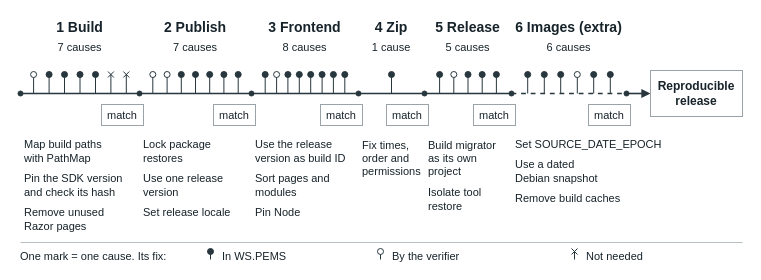
leosakharoff/dotnet-rebuild-experiments keeps this draw.io diagram as 1-ws-pems/figures/rq1-journey.drawio. Above is the earlier version. Source tidied: cells renumbered, new cells numbered last; positions are measured from the earlier drawing's top-left corner, leaving out a move shared by most shapes. Both pictures are drawn from the tidied source at 100%, with x=0, y=0 at pixel (18, 17).
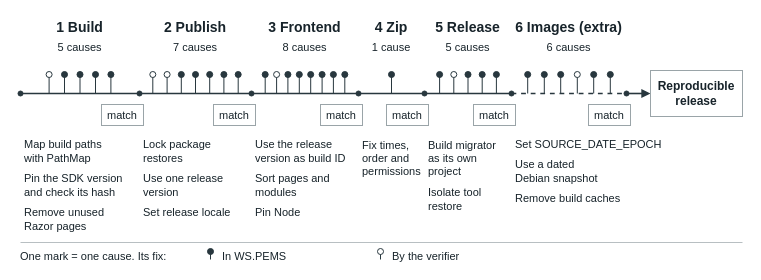
After the change.

Commit message (it also covers changes not shown here):
RQ1: 32 causes: E1-S1-14 and E1-S1-15 become 'Outside the release' (codebook rule 8: a cause must reach a released file); findings, codes and both figures follow

Change to the diagram source:
```diff
@@
-    <mxCell id="3" value="7 causes" style="html=1;whiteSpace=wrap;align=center;verticalAlign=middle;fontFamily=Helvetica;fontColor=#17232a;fontSize=11;fillColor=none;strokeColor=none;spacing=0;" parent="1" vertex="1">
+    <mxCell id="3" value="5 causes" style="html=1;whiteSpace=wrap;align=center;verticalAlign=middle;fontFamily=Helvetica;fontColor=#17232a;fontSize=11;fillColor=none;strokeColor=none;spacing=0;" parent="1" vertex="1">
       <mxGeometry x="2" y="22" width="119" height="16" as="geometry" />
     </mxCell>
@@
     <mxCell id="5" style="html=1;edgeStyle=none;rounded=0;strokeColor=#28373e;strokeWidth=1;endArrow=none;endFill=1;endSize=5;" parent="1" edge="1">
       <mxGeometry relative="1" as="geometry">
-        <mxPoint x="15.1" y="76" as="sourcePoint" />
-        <mxPoint x="15.1" y="57" as="targetPoint" />
+        <mxPoint x="30.6" y="76" as="sourcePoint" />
+        <mxPoint x="30.6" y="57" as="targetPoint" />
       </mxGeometry>
     </mxCell>
     <mxCell id="6" style="shape=ellipse;strokeColor=#28373e;fillColor=#ffffff;strokeWidth=1;" parent="1" vertex="1">
-      <mxGeometry x="12.1" y="54" width="6" height="6" as="geometry" />
+      <mxGeometry x="27.6" y="54" width="6" height="6" as="geometry" />
     </mxCell>
     <mxCell id="7" style="html=1;edgeStyle=none;rounded=0;strokeColor=#28373e;strokeWidth=1;endArrow=none;endFill=1;endSize=5;" parent="1" edge="1">
       <mxGeometry relative="1" as="geometry">
-        <mxPoint x="30.6" y="76" as="sourcePoint" />
-        <mxPoint x="30.6" y="57" as="targetPoint" />
+        <mxPoint x="46" y="76" as="sourcePoint" />
+        <mxPoint x="46" y="57" as="targetPoint" />
       </mxGeometry>
     </mxCell>
     <mxCell id="8" style="shape=ellipse;strokeColor=#28373e;fillColor=#28373e;strokeWidth=1;" parent="1" vertex="1">
-      <mxGeometry x="27.6" y="54" width="6" height="6" as="geometry" />
+      <mxGeometry x="43" y="54" width="6" height="6" as="geometry" />
     </mxCell>
     <mxCell id="9" style="html=1;edgeStyle=none;rounded=0;strokeColor=#28373e;strokeWidth=1;endArrow=none;endFill=1;endSize=5;" parent="1" edge="1">
       <mxGeometry relative="1" as="geometry">
-        <mxPoint x="46" y="76" as="sourcePoint" />
-        <mxPoint x="46" y="57" as="targetPoint" />
+        <mxPoint x="61.5" y="76" as="sourcePoint" />
+        <mxPoint x="61.5" y="57" as="targetPoint" />
       </mxGeometry>
     </mxCell>
     <mxCell id="10" style="shape=ellipse;strokeColor=#28373e;fillColor=#28373e;strokeWidth=1;" parent="1" vertex="1">
-      <mxGeometry x="43" y="54" width="6" height="6" as="geometry" />
+      <mxGeometry x="58.5" y="54" width="6" height="6" as="geometry" />
     </mxCell>
     <mxCell id="11" style="html=1;edgeStyle=none;rounded=0;strokeColor=#28373e;strokeWidth=1;endArrow=none;endFill=1;endSize=5;" parent="1" edge="1">
       <mxGeometry relative="1" as="geometry">
-        <mxPoint x="61.5" y="76" as="sourcePoint" />
-        <mxPoint x="61.5" y="57" as="targetPoint" />
+        <mxPoint x="77" y="76" as="sourcePoint" />
+        <mxPoint x="77" y="57" as="targetPoint" />
       </mxGeometry>
     </mxCell>
     <mxCell id="12" style="shape=ellipse;strokeColor=#28373e;fillColor=#28373e;strokeWidth=1;" parent="1" vertex="1">
-      <mxGeometry x="58.5" y="54" width="6" height="6" as="geometry" />
+      <mxGeometry x="74" y="54" width="6" height="6" as="geometry" />
     </mxCell>
     <mxCell id="13" style="html=1;edgeStyle=none;rounded=0;strokeColor=#28373e;strokeWidth=1;endArrow=none;endFill=1;endSize=5;" parent="1" edge="1">
       <mxGeometry relative="1" as="geometry">
-        <mxPoint x="77" y="76" as="sourcePoint" />
-        <mxPoint x="77" y="57" as="targetPoint" />
+        <mxPoint x="92.4" y="76" as="sourcePoint" />
+        <mxPoint x="92.4" y="57" as="targetPoint" />
       </mxGeometry>
     </mxCell>
     <mxCell id="14" style="shape=ellipse;strokeColor=#28373e;fillColor=#28373e;strokeWidth=1;" parent="1" vertex="1">
-      <mxGeometry x="74" y="54" width="6" height="6" as="geometry" />
+      <mxGeometry x="89.4" y="54" width="6" height="6" as="geometry" />
     </mxCell>
-    <mxCell id="15" style="html=1;edgeStyle=none;rounded=0;strokeColor=#28373e;strokeWidth=1;endArrow=none;endFill=1;endSize=5;" parent="1" edge="1">
-      <mxGeometry relative="1" as="geometry">
-        <mxPoint x="92.4" y="76" as="sourcePoint" />
-        <mxPoint x="92.4" y="57" as="targetPoint" />
-      </mxGeometry>
-    </mxCell>
-    <mxCell id="16" style="html=1;edgeStyle=none;rounded=0;strokeColor=#28373e;strokeWidth=1;endArrow=none;endFill=1;endSize=5;" parent="1" edge="1">
-      <mxGeometry relative="1" as="geometry">
-        <mxPoint x="89.4" y="54" as="sourcePoint" />
-        <mxPoint x="95.4" y="60" as="targetPoint" />
-      </mxGeometry>
-    </mxCell>
-    <mxCell id="17" style="html=1;edgeStyle=none;rounded=0;strokeColor=#28373e;strokeWidth=1;endArrow=none;endFill=1;endSize=5;" parent="1" edge="1">
-      <mxGeometry relative="1" as="geometry">
-        <mxPoint x="89.4" y="60" as="sourcePoint" />
-        <mxPoint x="95.4" y="54" as="targetPoint" />
-      </mxGeometry>
-    </mxCell>
-    <mxCell id="18" style="html=1;edgeStyle=none;rounded=0;strokeColor=#28373e;strokeWidth=1;endArrow=none;endFill=1;endSize=5;" parent="1" edge="1">
-      <mxGeometry relative="1" as="geometry">
-        <mxPoint x="107.8" y="76" as="sourcePoint" />
-        <mxPoint x="107.8" y="57" as="targetPoint" />
-      </mxGeometry>
-    </mxCell>
-    <mxCell id="19" style="html=1;edgeStyle=none;rounded=0;strokeColor=#28373e;strokeWidth=1;endArrow=none;endFill=1;endSize=5;" parent="1" edge="1">
-      <mxGeometry relative="1" as="geometry">
-        <mxPoint x="104.8" y="54" as="sourcePoint" />
-        <mxPoint x="110.8" y="60" as="targetPoint" />
-      </mxGeometry>
-    </mxCell>
-    <mxCell id="20" style="html=1;edgeStyle=none;rounded=0;strokeColor=#28373e;strokeWidth=1;endArrow=none;endFill=1;endSize=5;" parent="1" edge="1">
-      <mxGeometry relative="1" as="geometry">
-        <mxPoint x="104.8" y="60" as="sourcePoint" />
-        <mxPoint x="110.8" y="54" as="targetPoint" />
-      </mxGeometry>
-    </mxCell>
@@
-    <mxCell id="128" style="html=1;edgeStyle=none;rounded=0;strokeColor=#28373e;strokeWidth=1;endArrow=none;endFill=1;endSize=5;" parent="1" edge="1">
-      <mxGeometry relative="1" as="geometry">
-        <mxPoint x="556" y="242" as="sourcePoint" />
-        <mxPoint x="556" y="234" as="targetPoint" />
-      </mxGeometry>
-    </mxCell>
-    <mxCell id="129" style="html=1;edgeStyle=none;rounded=0;strokeColor=#28373e;strokeWidth=1;endArrow=none;endFill=1;endSize=5;" parent="1" edge="1">
-      <mxGeometry relative="1" as="geometry">
-        <mxPoint x="553" y="231" as="sourcePoint" />
-        <mxPoint x="559" y="237" as="targetPoint" />
-      </mxGeometry>
-    </mxCell>
-    <mxCell id="130" style="html=1;edgeStyle=none;rounded=0;strokeColor=#28373e;strokeWidth=1;endArrow=none;endFill=1;endSize=5;" parent="1" edge="1">
-      <mxGeometry relative="1" as="geometry">
-        <mxPoint x="553" y="237" as="sourcePoint" />
-        <mxPoint x="559" y="231" as="targetPoint" />
-      </mxGeometry>
-    </mxCell>
-    <mxCell id="131" value="Not needed" style="html=1;whiteSpace=wrap;align=left;verticalAlign=middle;fontFamily=Helvetica;fontColor=#17232a;fontSize=11;fillColor=none;strokeColor=none;spacing=0;" parent="1" vertex="1">
-      <mxGeometry x="568" y="231" width="140" height="15" as="geometry" />
-    </mxCell>
```
